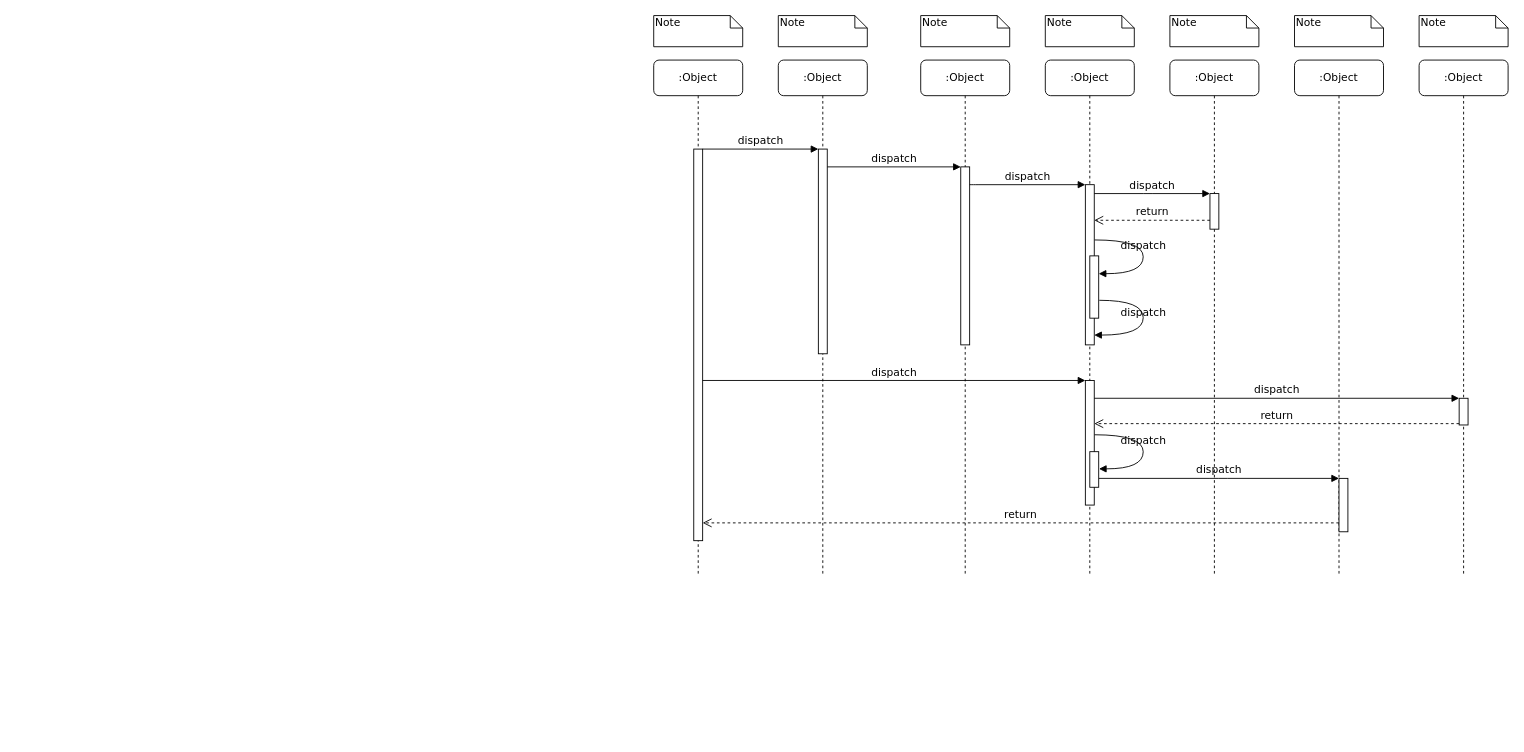
Earlier version of the draw.io diagram FwBLUpdate.drawio (SuperSources/draw.io). Source tidied: cells renumbered, new cells numbered last; positions are measured from the earlier drawing's top-left corner, leaving out a move shared by most shapes. Both pictures are drawn from the tidied source at 89%, with x=0, y=0 at pixel (653, 15).
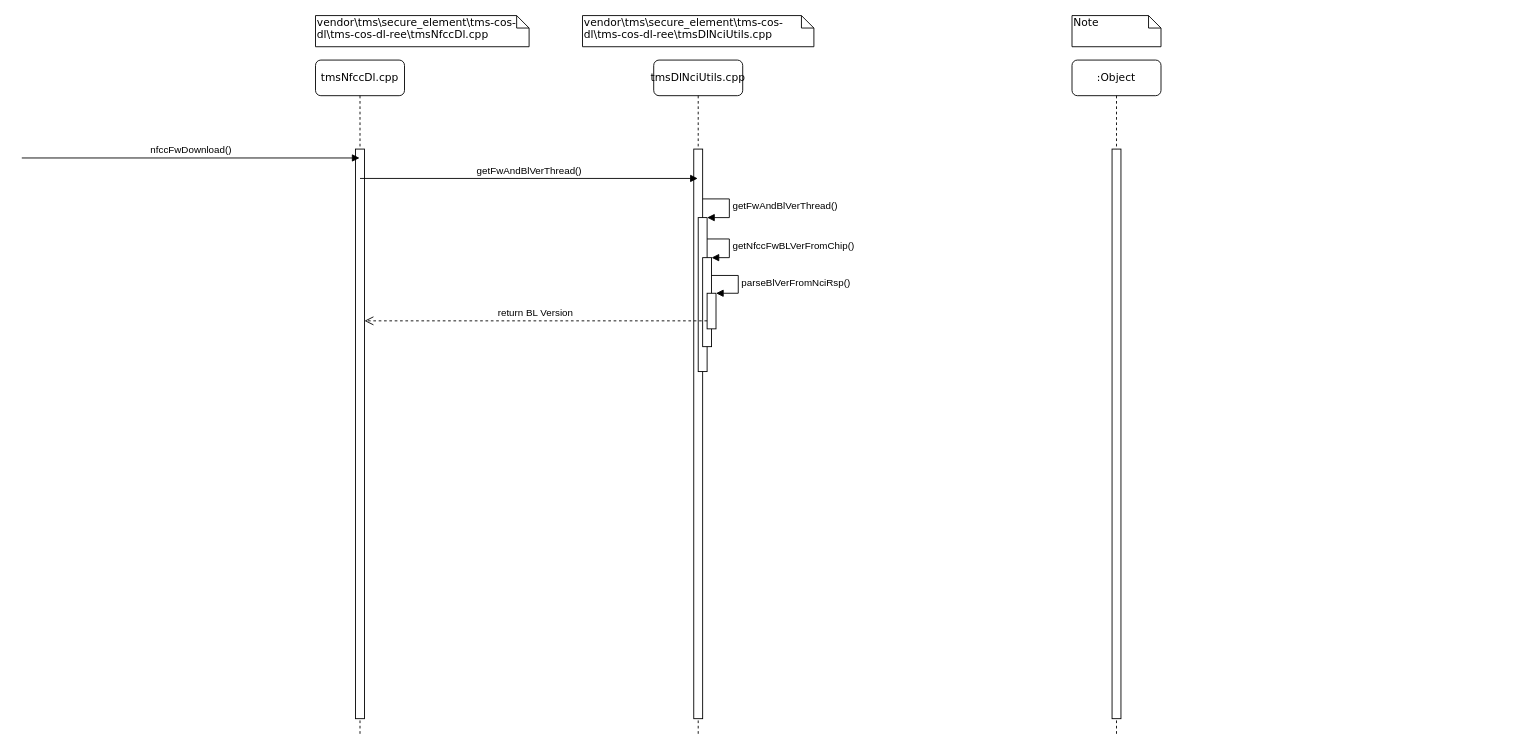
The same page after the edit.

Diff of the diagram source:
```diff
@@
     <mxCell id="2" value=":Object" style="shape=umlLifeline;perimeter=lifelinePerimeter;whiteSpace=wrap;html=1;rounded=1;shadow=0;comic=0;labelBackgroundColor=none;strokeWidth=1;fontFamily=Verdana;fontSize=12;align=center;" parent="1" vertex="1">
-      <mxGeometry x="140" y="50" width="100" height="580" as="geometry" />
+      <mxGeometry x="470" y="50" width="100" height="760" as="geometry" />
     </mxCell>
     <mxCell id="3" style="html=1;points=[];perimeter=orthogonalPerimeter;rounded=0;shadow=0;comic=0;labelBackgroundColor=none;strokeWidth=1;fontFamily=Verdana;fontSize=12;align=center;" parent="2" vertex="1">
-      <mxGeometry x="45" y="100" width="10" height="230" as="geometry" />
+      <mxGeometry x="45" y="100" width="10" height="640" as="geometry" />
     </mxCell>
-    <mxCell id="4" value=":Object" style="shape=umlLifeline;perimeter=lifelinePerimeter;whiteSpace=wrap;html=1;rounded=1;shadow=0;comic=0;labelBackgroundColor=none;strokeWidth=1;fontFamily=Verdana;fontSize=12;align=center;" parent="1" vertex="1">
-      <mxGeometry x="300" y="50" width="100" height="580" as="geometry" />
-    </mxCell>
-    <mxCell id="5" style="html=1;points=[];perimeter=orthogonalPerimeter;rounded=0;shadow=0;comic=0;labelBackgroundColor=none;strokeWidth=1;fontFamily=Verdana;fontSize=12;align=center;" parent="4" vertex="1">
-      <mxGeometry x="45" y="120" width="10" height="200" as="geometry" />
-    </mxCell>
-    <mxCell id="6" value=":Object" style="shape=umlLifeline;perimeter=lifelinePerimeter;whiteSpace=wrap;html=1;rounded=1;shadow=0;comic=0;labelBackgroundColor=none;strokeWidth=1;fontFamily=Verdana;fontSize=12;align=center;" parent="1" vertex="1">
-      <mxGeometry x="440" y="50" width="100" height="580" as="geometry" />
-    </mxCell>
-    <mxCell id="7" value=":Object" style="shape=umlLifeline;perimeter=lifelinePerimeter;whiteSpace=wrap;html=1;rounded=1;shadow=0;comic=0;labelBackgroundColor=none;strokeWidth=1;fontFamily=Verdana;fontSize=12;align=center;" parent="1" vertex="1">
-      <mxGeometry x="580" y="50" width="100" height="580" as="geometry" />
-    </mxCell>
-    <mxCell id="8" value=":Object" style="shape=umlLifeline;perimeter=lifelinePerimeter;whiteSpace=wrap;html=1;rounded=1;shadow=0;comic=0;labelBackgroundColor=none;strokeWidth=1;fontFamily=Verdana;fontSize=12;align=center;" parent="1" vertex="1">
-      <mxGeometry x="720" y="50" width="100" height="580" as="geometry" />
-    </mxCell>
-    <mxCell id="9" value=":Object" style="shape=umlLifeline;perimeter=lifelinePerimeter;whiteSpace=wrap;html=1;rounded=1;shadow=0;comic=0;labelBackgroundColor=none;strokeWidth=1;fontFamily=Verdana;fontSize=12;align=center;" parent="1" vertex="1">
-      <mxGeometry x="860" y="50" width="100" height="580" as="geometry" />
-    </mxCell>
-    <mxCell id="10" value=":Object" style="shape=umlLifeline;perimeter=lifelinePerimeter;whiteSpace=wrap;html=1;rounded=1;shadow=0;comic=0;labelBackgroundColor=none;strokeWidth=1;fontFamily=Verdana;fontSize=12;align=center;" parent="1" vertex="1">
-      <mxGeometry y="50" width="100" height="580" as="geometry" />
+    <mxCell id="10" value="tmsDlNciUtils.cpp" style="shape=umlLifeline;perimeter=lifelinePerimeter;whiteSpace=wrap;html=1;rounded=1;shadow=0;comic=0;labelBackgroundColor=none;strokeWidth=1;fontFamily=Verdana;fontSize=12;align=center;" parent="1" vertex="1">
+      <mxGeometry y="50" width="100" height="760" as="geometry" />
     </mxCell>
     <mxCell id="11" style="html=1;points=[];perimeter=orthogonalPerimeter;rounded=0;shadow=0;comic=0;labelBackgroundColor=none;strokeWidth=1;fontFamily=Verdana;fontSize=12;align=center;" parent="10" vertex="1">
-      <mxGeometry x="45" y="100" width="10" height="440" as="geometry" />
+      <mxGeometry x="45" y="100" width="10" height="640" as="geometry" />
     </mxCell>
-    <mxCell id="12" style="html=1;points=[];perimeter=orthogonalPerimeter;rounded=0;shadow=0;comic=0;labelBackgroundColor=none;strokeWidth=1;fontFamily=Verdana;fontSize=12;align=center;" parent="1" vertex="1">
-      <mxGeometry x="485" y="190" width="10" height="180" as="geometry" />
-    </mxCell>
-    <mxCell id="13" value="dispatch" style="html=1;verticalAlign=bottom;endArrow=block;labelBackgroundColor=none;fontFamily=Verdana;fontSize=12;edgeStyle=elbowEdgeStyle;elbow=vertical;" parent="1" edge="1" source="5" target="12">
-      <mxGeometry relative="1" as="geometry">
-        <Array as="points">
-          <mxPoint x="360" y="190" />
-        </Array>
-      </mxGeometry>
-    </mxCell>
-    <mxCell id="14" style="html=1;points=[];perimeter=orthogonalPerimeter;rounded=0;shadow=0;comic=0;labelBackgroundColor=none;strokeWidth=1;fontFamily=Verdana;fontSize=12;align=center;" parent="1" vertex="1">
-      <mxGeometry x="625" y="200" width="10" height="40" as="geometry" />
-    </mxCell>
-    <mxCell id="15" value="dispatch" style="html=1;verticalAlign=bottom;endArrow=block;entryX=0;entryY=0;labelBackgroundColor=none;fontFamily=Verdana;fontSize=12;edgeStyle=elbowEdgeStyle;elbow=vertical;" parent="1" edge="1" source="12" target="14">
-      <mxGeometry relative="1" as="geometry" />
-    </mxCell>
-    <mxCell id="16" value="return" style="html=1;verticalAlign=bottom;endArrow=open;dashed=1;endSize=8;labelBackgroundColor=none;fontFamily=Verdana;fontSize=12;edgeStyle=elbowEdgeStyle;elbow=vertical;" parent="1" edge="1" source="14" target="12">
-      <mxGeometry relative="1" as="geometry">
-        <Array as="points">
-          <mxPoint x="570" y="230" />
-          <mxPoint x="600" y="230" />
-        </Array>
-      </mxGeometry>
-    </mxCell>
-    <mxCell id="17" style="html=1;points=[];perimeter=orthogonalPerimeter;rounded=0;shadow=0;comic=0;labelBackgroundColor=none;strokeWidth=1;fontFamily=Verdana;fontSize=12;align=center;" parent="1" vertex="1">
-      <mxGeometry x="485" y="410" width="10" height="140" as="geometry" />
-    </mxCell>
-    <mxCell id="18" value="dispatch" style="html=1;verticalAlign=bottom;endArrow=block;entryX=0;entryY=0;labelBackgroundColor=none;fontFamily=Verdana;fontSize=12;" parent="1" edge="1" source="11" target="17">
-      <mxGeometry relative="1" as="geometry" />
-    </mxCell>
-    <mxCell id="19" style="html=1;points=[];perimeter=orthogonalPerimeter;rounded=0;shadow=0;comic=0;labelBackgroundColor=none;strokeColor=#000000;strokeWidth=1;fillColor=#FFFFFF;fontFamily=Verdana;fontSize=12;fontColor=#000000;align=center;" parent="1" vertex="1">
-      <mxGeometry x="905" y="430" width="10" height="30" as="geometry" />
-    </mxCell>
-    <mxCell id="20" value="dispatch" style="html=1;verticalAlign=bottom;endArrow=block;entryX=0;entryY=0;labelBackgroundColor=none;fontFamily=Verdana;fontSize=12;" parent="1" edge="1" source="17" target="19">
-      <mxGeometry relative="1" as="geometry" />
-    </mxCell>
-    <mxCell id="21" value="return" style="html=1;verticalAlign=bottom;endArrow=open;dashed=1;endSize=8;exitX=0;exitY=0.95;labelBackgroundColor=none;fontFamily=Verdana;fontSize=12;" parent="1" edge="1" source="19" target="17">
-      <mxGeometry relative="1" as="geometry" />
-    </mxCell>
-    <mxCell id="22" style="html=1;points=[];perimeter=orthogonalPerimeter;rounded=0;shadow=0;comic=0;labelBackgroundColor=none;strokeWidth=1;fontFamily=Verdana;fontSize=12;align=center;" parent="1" vertex="1">
-      <mxGeometry x="770" y="520" width="10" height="60" as="geometry" />
-    </mxCell>
-    <mxCell id="23" value="dispatch" style="html=1;verticalAlign=bottom;endArrow=block;entryX=0;entryY=0;labelBackgroundColor=none;fontFamily=Verdana;fontSize=12;edgeStyle=elbowEdgeStyle;elbow=vertical;" parent="1" edge="1" source="30" target="22">
-      <mxGeometry relative="1" as="geometry" />
-    </mxCell>
-    <mxCell id="24" value="return" style="html=1;verticalAlign=bottom;endArrow=open;dashed=1;endSize=8;labelBackgroundColor=none;fontFamily=Verdana;fontSize=12;edgeStyle=elbowEdgeStyle;elbow=vertical;" parent="1" edge="1" source="22" target="11">
-      <mxGeometry relative="1" as="geometry">
-        <Array as="points">
-          <mxPoint x="470" y="570" />
-        </Array>
-      </mxGeometry>
-    </mxCell>
-    <mxCell id="25" value="dispatch" style="html=1;verticalAlign=bottom;endArrow=block;entryX=0;entryY=0;labelBackgroundColor=none;fontFamily=Verdana;fontSize=12;edgeStyle=elbowEdgeStyle;elbow=vertical;" parent="1" edge="1" source="11" target="3">
-      <mxGeometry relative="1" as="geometry" />
-    </mxCell>
-    <mxCell id="26" value="dispatch" style="html=1;verticalAlign=bottom;endArrow=block;entryX=0;entryY=0;labelBackgroundColor=none;fontFamily=Verdana;fontSize=12;edgeStyle=elbowEdgeStyle;elbow=vertical;" parent="1" edge="1" source="3" target="5">
-      <mxGeometry relative="1" as="geometry" />
-    </mxCell>
-    <mxCell id="27" style="html=1;points=[];perimeter=orthogonalPerimeter;rounded=0;shadow=0;comic=0;labelBackgroundColor=none;strokeWidth=1;fontFamily=Verdana;fontSize=12;align=center;" parent="1" vertex="1">
-      <mxGeometry x="490" y="270" width="10" height="70" as="geometry" />
-    </mxCell>
-    <mxCell id="28" value="dispatch" style="html=1;verticalAlign=bottom;endArrow=block;labelBackgroundColor=none;fontFamily=Verdana;fontSize=12;elbow=vertical;edgeStyle=orthogonalEdgeStyle;curved=1;entryX=1;entryY=0.286;entryPerimeter=0;exitX=1.038;exitY=0.345;exitPerimeter=0;" parent="1" edge="1" source="12" target="27">
-      <mxGeometry relative="1" as="geometry">
-        <Array as="points">
-          <mxPoint x="550" y="252" />
-          <mxPoint x="550" y="290" />
-        </Array>
-      </mxGeometry>
-    </mxCell>
-    <mxCell id="29" value="dispatch" style="html=1;verticalAlign=bottom;endArrow=block;labelBackgroundColor=none;fontFamily=Verdana;fontSize=12;elbow=vertical;edgeStyle=orthogonalEdgeStyle;curved=1;exitX=1.066;exitY=0.713;exitPerimeter=0;" parent="1" edge="1" source="27">
-      <mxGeometry relative="1" as="geometry">
-        <mxPoint x="495" y="359" as="targetPoint" />
-        <Array as="points">
-          <mxPoint x="550" y="320" />
-          <mxPoint x="550" y="359" />
-        </Array>
-      </mxGeometry>
-    </mxCell>
-    <mxCell id="30" style="html=1;points=[];perimeter=orthogonalPerimeter;rounded=0;shadow=0;comic=0;labelBackgroundColor=none;strokeWidth=1;fontFamily=Verdana;fontSize=12;align=center;" parent="1" vertex="1">
-      <mxGeometry x="490" y="490" width="10" height="40" as="geometry" />
-    </mxCell>
-    <mxCell id="31" value="dispatch" style="html=1;verticalAlign=bottom;endArrow=block;labelBackgroundColor=none;fontFamily=Verdana;fontSize=12;elbow=vertical;edgeStyle=orthogonalEdgeStyle;curved=1;entryX=1;entryY=0.286;entryPerimeter=0;exitX=1.038;exitY=0.345;exitPerimeter=0;" parent="1" edge="1">
-      <mxGeometry relative="1" as="geometry">
-        <mxPoint x="495.3" y="471" as="sourcePoint" />
-        <mxPoint x="500.3" y="509.3" as="targetPoint" />
-        <Array as="points">
-          <mxPoint x="550" y="471" />
-          <mxPoint x="550" y="509" />
-        </Array>
-      </mxGeometry>
-    </mxCell>
+    <mxCell id="39" style="html=1;points=[];perimeter=orthogonalPerimeter;" parent="10" vertex="1">
+      <mxGeometry x="50" y="177" width="10" height="173" as="geometry" />
+    </mxCell>
+    <mxCell id="40" value="getFwAndBlVerThread()" style="edgeStyle=orthogonalEdgeStyle;html=1;align=left;spacingLeft=2;endArrow=block;rounded=0;entryX=1;entryY=0;" parent="10" edge="1" target="39">
+      <mxGeometry relative="1" as="geometry">
+        <mxPoint x="55" y="156" as="sourcePoint" />
+        <Array as="points">
+          <mxPoint x="85" y="156" />
+        </Array>
+      </mxGeometry>
+    </mxCell>
+    <mxCell id="41" style="html=1;points=[];perimeter=orthogonalPerimeter;" parent="10" vertex="1">
+      <mxGeometry x="55" y="222" width="10" height="100" as="geometry" />
+    </mxCell>
+    <mxCell id="42" value="getNfccFwBLVerFromChip()" style="edgeStyle=orthogonalEdgeStyle;html=1;align=left;spacingLeft=2;endArrow=block;rounded=0;entryX=1;entryY=0;" parent="10" edge="1" target="41">
+      <mxGeometry relative="1" as="geometry">
+        <mxPoint x="60" y="201" as="sourcePoint" />
+        <Array as="points">
+          <mxPoint x="85" y="201" />
+          <mxPoint x="85" y="222" />
+        </Array>
+      </mxGeometry>
+    </mxCell>
+    <mxCell id="43" style="html=1;points=[];perimeter=orthogonalPerimeter;" parent="10" vertex="1">
+      <mxGeometry x="60" y="262" width="10" height="40" as="geometry" />
+    </mxCell>
+    <mxCell id="44" value="parseBlVerFromNciRsp()" style="edgeStyle=orthogonalEdgeStyle;html=1;align=left;spacingLeft=2;endArrow=block;rounded=0;entryX=1;entryY=0;" parent="10" edge="1" target="43">
+      <mxGeometry relative="1" as="geometry">
+        <mxPoint x="65" y="242" as="sourcePoint" />
+        <Array as="points">
+          <mxPoint x="95" y="242" />
+        </Array>
+      </mxGeometry>
+    </mxCell>
-    <mxCell id="32" value="Note" style="shape=note;whiteSpace=wrap;html=1;size=14;verticalAlign=top;align=left;spacingTop=-6;rounded=0;shadow=0;comic=0;labelBackgroundColor=none;strokeWidth=1;fontFamily=Verdana;fontSize=12;" parent="1" vertex="1">
-      <mxGeometry width="100" height="35" as="geometry" />
+    <mxCell id="32" value="vendor\tms\secure_element\tms-cos-dl\tms-cos-dl-ree\tmsDlNciUtils.cpp" style="shape=note;whiteSpace=wrap;html=1;size=14;verticalAlign=top;align=left;spacingTop=-6;rounded=0;shadow=0;comic=0;labelBackgroundColor=none;strokeWidth=1;fontFamily=Verdana;fontSize=12;" parent="1" vertex="1">
+      <mxGeometry x="-80" width="260" height="35" as="geometry" />
     </mxCell>
     <mxCell id="33" value="Note" style="shape=note;whiteSpace=wrap;html=1;size=14;verticalAlign=top;align=left;spacingTop=-6;rounded=0;shadow=0;comic=0;labelBackgroundColor=none;strokeWidth=1;fontFamily=Verdana;fontSize=12;" parent="1" vertex="1">
-      <mxGeometry x="140" width="100" height="35" as="geometry" />
+      <mxGeometry x="470" width="100" height="35" as="geometry" />
     </mxCell>
-    <mxCell id="34" value="Note" style="shape=note;whiteSpace=wrap;html=1;size=14;verticalAlign=top;align=left;spacingTop=-6;rounded=0;shadow=0;comic=0;labelBackgroundColor=none;strokeWidth=1;fontFamily=Verdana;fontSize=12;" parent="1" vertex="1">
-      <mxGeometry x="300" width="100" height="35" as="geometry" />
-    </mxCell>
-    <mxCell id="35" value="Note" style="shape=note;whiteSpace=wrap;html=1;size=14;verticalAlign=top;align=left;spacingTop=-6;rounded=0;shadow=0;comic=0;labelBackgroundColor=none;strokeWidth=1;fontFamily=Verdana;fontSize=12;" parent="1" vertex="1">
-      <mxGeometry x="440" width="100" height="35" as="geometry" />
-    </mxCell>
-    <mxCell id="36" value="Note" style="shape=note;whiteSpace=wrap;html=1;size=14;verticalAlign=top;align=left;spacingTop=-6;rounded=0;shadow=0;comic=0;labelBackgroundColor=none;strokeWidth=1;fontFamily=Verdana;fontSize=12;" parent="1" vertex="1">
-      <mxGeometry x="580" width="100" height="35" as="geometry" />
-    </mxCell>
-    <mxCell id="37" value="Note" style="shape=note;whiteSpace=wrap;html=1;size=14;verticalAlign=top;align=left;spacingTop=-6;rounded=0;shadow=0;comic=0;labelBackgroundColor=none;strokeWidth=1;fontFamily=Verdana;fontSize=12;" parent="1" vertex="1">
-      <mxGeometry x="720" width="100" height="35" as="geometry" />
-    </mxCell>
-    <mxCell id="38" value="Note" style="shape=note;whiteSpace=wrap;html=1;size=14;verticalAlign=top;align=left;spacingTop=-6;rounded=0;shadow=0;comic=0;labelBackgroundColor=none;strokeWidth=1;fontFamily=Verdana;fontSize=12;" parent="1" vertex="1">
-      <mxGeometry x="860" width="100" height="35" as="geometry" />
-    </mxCell>
+    <mxCell id="45" value="tmsNfccDl.cpp" style="shape=umlLifeline;perimeter=lifelinePerimeter;whiteSpace=wrap;html=1;rounded=1;shadow=0;comic=0;labelBackgroundColor=none;strokeWidth=1;fontFamily=Verdana;fontSize=12;align=center;" parent="1" vertex="1">
+      <mxGeometry x="-380" y="50" width="100" height="760" as="geometry" />
+    </mxCell>
+    <mxCell id="46" style="html=1;perimeter=orthogonalPerimeter;rounded=0;shadow=0;comic=0;labelBackgroundColor=none;strokeWidth=1;fontFamily=Verdana;fontSize=12;align=center;" parent="45" vertex="1">
+      <mxGeometry x="45" y="100" width="10" height="640" as="geometry" />
+    </mxCell>
+    <mxCell id="47" value="&lt;span style=&quot;text-align: left;&quot;&gt;getFwAndBlVerThread()&lt;/span&gt;" style="html=1;verticalAlign=bottom;endArrow=block;rounded=0;" parent="45" edge="1">
+      <mxGeometry relative="1" as="geometry">
+        <mxPoint x="50" y="133" as="sourcePoint" />
+        <mxPoint x="429.5" y="133" as="targetPoint" />
+      </mxGeometry>
+    </mxCell>
+    <mxCell id="48" value="vendor\tms\secure_element\tms-cos-dl\tms-cos-dl-ree\tmsNfccDl.cpp" style="shape=note;whiteSpace=wrap;html=1;size=14;verticalAlign=top;align=left;spacingTop=-6;rounded=0;shadow=0;comic=0;labelBackgroundColor=none;strokeWidth=1;fontFamily=Verdana;fontSize=12;" parent="1" vertex="1">
+      <mxGeometry x="-380" width="240" height="35" as="geometry" />
+    </mxCell>
+    <mxCell id="49" value="nfccFwDownload()" style="html=1;verticalAlign=bottom;endArrow=block;rounded=0;" parent="1" edge="1">
+      <mxGeometry relative="1" as="geometry">
+        <mxPoint x="-710" y="160" as="sourcePoint" />
+        <mxPoint x="-330.5" y="160" as="targetPoint" />
+      </mxGeometry>
+    </mxCell>
+    <mxCell id="50" value="return BL Version" style="html=1;verticalAlign=bottom;endArrow=open;dashed=1;endSize=8;rounded=0;" parent="1" edge="1" source="43">
+      <mxGeometry relative="1" as="geometry">
+        <mxPoint x="-325" y="343" as="targetPoint" />
+      </mxGeometry>
+    </mxCell>
```
